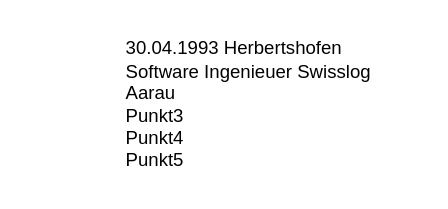
The draw.io diagram Untitled Diagram.drawio in chris18133/Demo_Repo, before the edit. Source tidied: cells renumbered, new cells numbered last; positions are measured from the earlier drawing's top-left corner, leaving out a move shared by most shapes. Both pictures are drawn from the tidied source at 155%, with x=0, y=0 at pixel (122, 42). Pictures stored in the file or linked from it are replaced by grey dashed boxes.
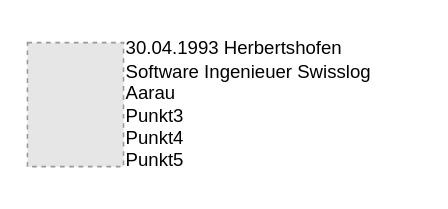
The same page after the edit.

The edit, as a diff of the source:
```diff
@@
 <mxGraphModel>
   <root>
     <mxCell id="0" />
     <mxCell id="1" parent="0" />
     <mxCell id="2" value="&lt;div&gt;&lt;font face=&quot;UnifrakturMaguntia&quot;&gt;&lt;br&gt;&lt;/font&gt;&lt;/div&gt;&lt;div&gt;&lt;font face=&quot;UnifrakturMaguntia&quot;&gt;30.04.1993 Herbertshofen&lt;/font&gt;&lt;/div&gt;&lt;div&gt;&lt;font face=&quot;UnifrakturMaguntia&quot;&gt;Software Ingenieuer Swisslog Aarau&lt;br&gt;&lt;/font&gt;&lt;/div&gt;&lt;div align=&quot;left&quot;&gt;&lt;font face=&quot;UnifrakturMaguntia&quot;&gt;Punkt3&lt;/font&gt;&lt;/div&gt;&lt;div&gt;&lt;font face=&quot;UnifrakturMaguntia&quot;&gt;Punkt4&lt;/font&gt;&lt;/div&gt;&lt;div&gt;&lt;font face=&quot;UnifrakturMaguntia&quot;&gt;Punkt5&lt;/font&gt;&lt;/div&gt;&lt;div&gt;&lt;font face=&quot;UnifrakturMaguntia&quot;&gt;&lt;br&gt;&lt;/font&gt;&lt;/div&gt;" style="text;html=1;strokeColor=none;fillColor=none;align=left;verticalAlign=middle;whiteSpace=wrap;rounded=0;" parent="1" vertex="1">
       <mxGeometry x="0.2" width="191.8" height="80" as="geometry" />
     </mxCell>
+    <mxCell id="3" style="fillColor=#E6E6E6;strokeColor=#999999;dashed=1;verticalLabelPosition=bottom;labelBackgroundColor=#ffffff;verticalAlign=top;" parent="1" vertex="1">
+      <mxGeometry x="-61.8" width="62" height="80" as="geometry" />
+    </mxCell>
   </root>
 </mxGraphModel>
```
